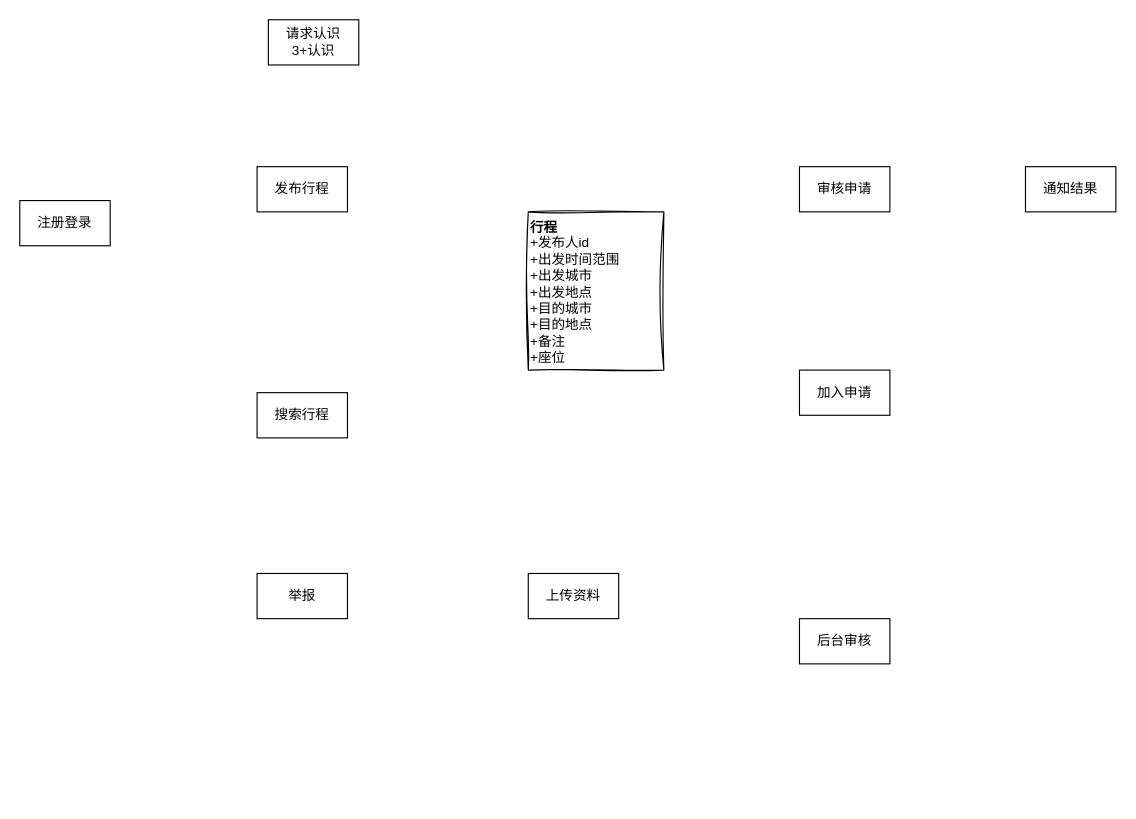
Above: design/老乡.drawio in ruiku-tech/game-box (draw.io), before the change. Source tidied: cells renumbered, new cells numbered last; positions are measured from the earlier drawing's top-left corner, leaving out a move shared by most shapes. Both pictures are drawn from the tidied source at 113%, with x=0, y=0 at pixel (19, 19).
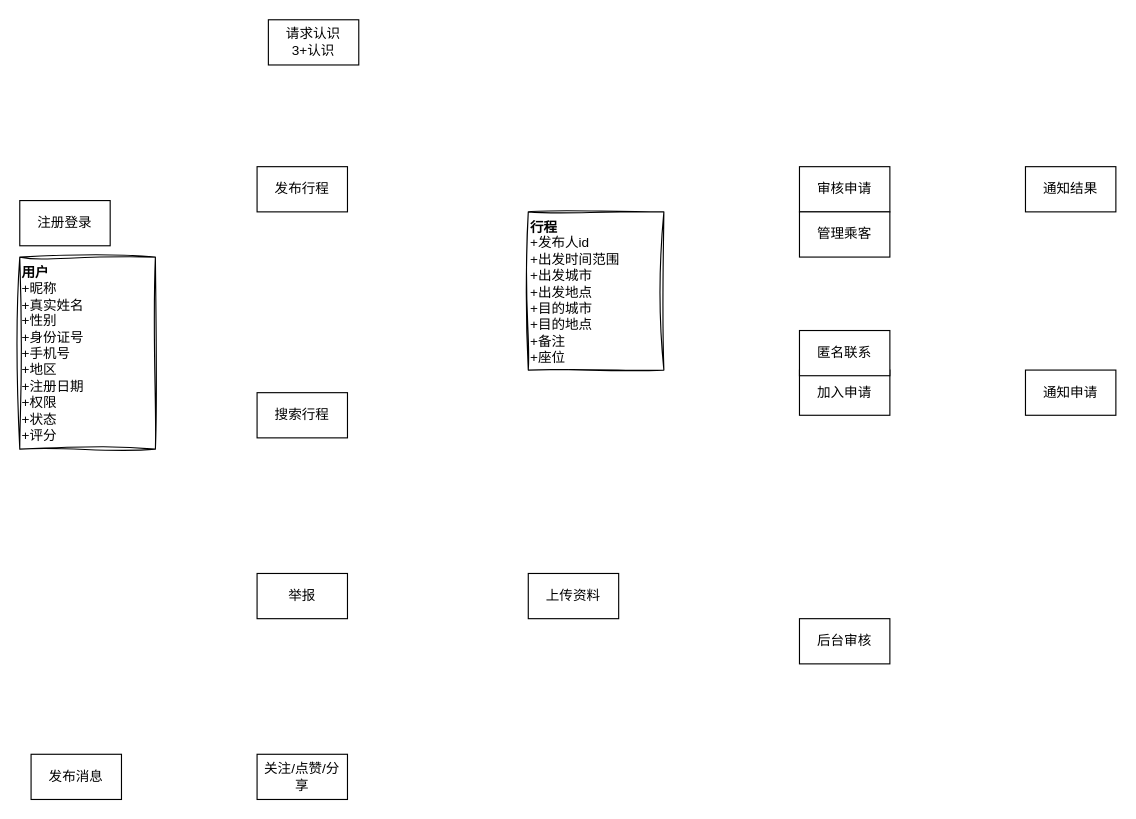
After the change.

Diff of the diagram source:
```diff
@@
 <mxGraphModel>
   <root>
     <mxCell id="0" />
     <mxCell id="1" parent="0" />
     <mxCell id="2" value="注册登录" style="rounded=0;whiteSpace=wrap;html=1;" parent="1" vertex="1">
       <mxGeometry y="160" width="80" height="40" as="geometry" />
     </mxCell>
     <mxCell id="3" value="请求认识&lt;div&gt;3+认识&lt;/div&gt;" style="rounded=0;whiteSpace=wrap;html=1;" parent="1" vertex="1">
       <mxGeometry x="220" width="80" height="40" as="geometry" />
     </mxCell>
     <mxCell id="4" value="发布行程" style="rounded=0;whiteSpace=wrap;html=1;" parent="1" vertex="1">
       <mxGeometry x="210" y="130" width="80" height="40" as="geometry" />
     </mxCell>
     <mxCell id="5" value="&lt;b&gt;行程&lt;/b&gt;&lt;div&gt;+发布人id&lt;/div&gt;&lt;div&gt;+出发时间范围&lt;/div&gt;&lt;div&gt;+出发城市&lt;/div&gt;&lt;div&gt;+出发地点&lt;/div&gt;&lt;div&gt;+目的城市&lt;/div&gt;&lt;div&gt;+目的地点&lt;/div&gt;&lt;div&gt;+备注&lt;/div&gt;&lt;div&gt;+座位&lt;/div&gt;" style="rounded=0;whiteSpace=wrap;html=1;align=left;verticalAlign=top;glass=0;sketch=1;curveFitting=1;jiggle=2;" parent="1" vertex="1">
       <mxGeometry x="450" y="170" width="120" height="140" as="geometry" />
     </mxCell>
     <mxCell id="6" value="搜索行程" style="rounded=0;whiteSpace=wrap;html=1;" parent="1" vertex="1">
       <mxGeometry x="210" y="330" width="80" height="40" as="geometry" />
     </mxCell>
     <mxCell id="7" value="审核申请" style="rounded=0;whiteSpace=wrap;html=1;" parent="1" vertex="1">
       <mxGeometry x="690" y="130" width="80" height="40" as="geometry" />
     </mxCell>
     <mxCell id="8" value="通知结果" style="rounded=0;whiteSpace=wrap;html=1;" parent="1" vertex="1">
       <mxGeometry x="890" y="130" width="80" height="40" as="geometry" />
     </mxCell>
     <mxCell id="9" value="加入申请" style="rounded=0;whiteSpace=wrap;html=1;" parent="1" vertex="1">
       <mxGeometry x="690" y="310" width="80" height="40" as="geometry" />
     </mxCell>
     <mxCell id="10" value="举报" style="rounded=0;whiteSpace=wrap;html=1;" parent="1" vertex="1">
       <mxGeometry x="210" y="490" width="80" height="40" as="geometry" />
     </mxCell>
     <mxCell id="11" value="上传资料" style="rounded=0;whiteSpace=wrap;html=1;" parent="1" vertex="1">
       <mxGeometry x="450" y="490" width="80" height="40" as="geometry" />
     </mxCell>
     <mxCell id="12" value="后台审核" style="rounded=0;whiteSpace=wrap;html=1;" parent="1" vertex="1">
       <mxGeometry x="690" y="530" width="80" height="40" as="geometry" />
     </mxCell>
+    <mxCell id="13" value="发布消息" style="rounded=0;whiteSpace=wrap;html=1;" parent="1" vertex="1">
+      <mxGeometry x="10" y="650" width="80" height="40" as="geometry" />
+    </mxCell>
+    <mxCell id="14" value="关注/点赞/分享" style="rounded=0;whiteSpace=wrap;html=1;" parent="1" vertex="1">
+      <mxGeometry x="210" y="650" width="80" height="40" as="geometry" />
+    </mxCell>
+    <mxCell id="15" value="&lt;b&gt;用户&lt;/b&gt;&lt;br&gt;&lt;div&gt;+昵称&lt;/div&gt;&lt;div&gt;+真实姓名&lt;/div&gt;&lt;div&gt;+性别&lt;/div&gt;&lt;div&gt;&lt;span style=&quot;background-color: transparent; color: light-dark(rgb(0, 0, 0), rgb(255, 255, 255));&quot;&gt;+身份证号&lt;/span&gt;&lt;/div&gt;&lt;div&gt;+手机号&lt;/div&gt;&lt;div&gt;+地区&lt;/div&gt;&lt;div&gt;+注册日期&lt;/div&gt;&lt;div&gt;+权限&lt;/div&gt;&lt;div&gt;+状态&lt;/div&gt;&lt;div&gt;+评分&lt;/div&gt;" style="rounded=0;whiteSpace=wrap;html=1;align=left;verticalAlign=top;glass=0;sketch=1;curveFitting=1;jiggle=2;" parent="1" vertex="1">
+      <mxGeometry y="210" width="120" height="170" as="geometry" />
+    </mxCell>
+    <mxCell id="16" value="管理乘客" style="rounded=0;whiteSpace=wrap;html=1;" parent="1" vertex="1">
+      <mxGeometry x="690" y="170" width="80" height="40" as="geometry" />
+    </mxCell>
+    <mxCell id="17" value="通知申请" style="rounded=0;whiteSpace=wrap;html=1;" parent="1" vertex="1">
+      <mxGeometry x="890" y="310" width="80" height="40" as="geometry" />
+    </mxCell>
+    <mxCell id="18" value="匿名联系" style="rounded=0;whiteSpace=wrap;html=1;" parent="1" vertex="1">
+      <mxGeometry x="690" y="275" width="80" height="40" as="geometry" />
+    </mxCell>
   </root>
 </mxGraphModel>
```
